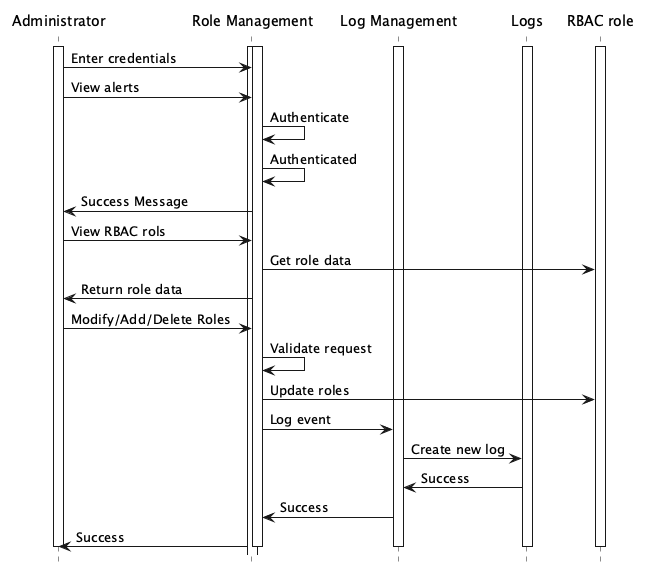
Before: seq-diag/BE5.png, a diagram exported from PlantUML (kailashsrirang/3a04-deliverable3).
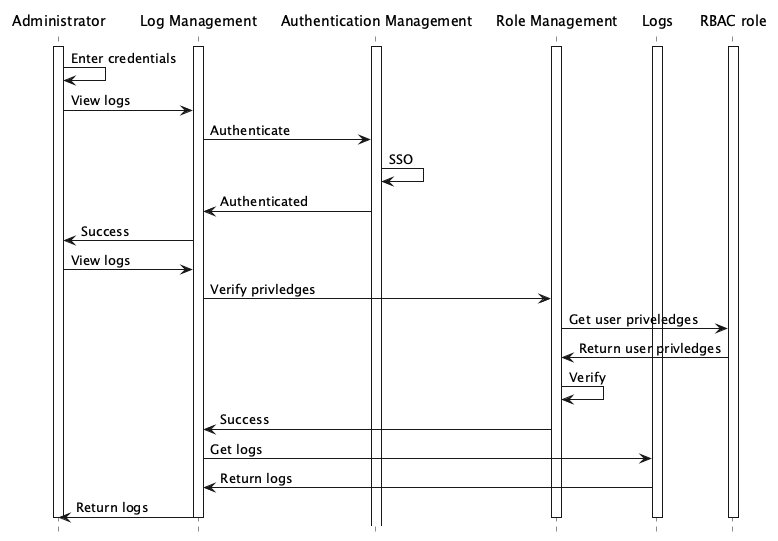
The same diagram one commit later.

Change to the diagram source:
```diff
@@ -8,42 +8,38 @@
 skinparam ActorBackgroundColor transparent
 
 participant "Administrator" as A
-participant "Role Management" as AM
+participant "Log Management" as LM
 participant "Authentication Management" as AM
-participant "Log Management" as LM
+participant "Role Management" as RM
 participant "Logs" as DB
 participant "RBAC role" as RBAC
 
 
 activate A
-activate AM
+activate RM
 activate AM
 activate RBAC
 activate DB
 activate LM
 
-A -> AM : Enter credentials
-A -> AM : View alerts
-AM -> AM : Authenticate
-AM -> AM : Authenticated
-AM -> A : Success Message
-A -> AM : View RBAC rols
-AM -> RBAC : Get role data
-AM -> A : Return role data
-
-A->AM : Modify/Add/Delete Roles
-AM->AM : Validate request
-AM -> RBAC : Update roles
-AM -> LM : Log event
-LM -> DB : Create new log
-DB -> LM : Success
-LM -> AM : Success
-AM -> A : Success
-
-
+A -> A : Enter credentials
+A -> LM : View logs
+LM -> AM : Authenticate
+AM -> AM : SSO
+AM -> LM : Authenticated
+LM -> A : Success
+A -> LM : View logs
+LM -> RM : Verify privledges
+RM -> RBAC : Get user priveledges
+RBAC -> RM : Return user privledges
+RM -> RM : Verify
+RM -> LM : Success
+LM -> DB : Get logs
+DB -> LM : Return logs
+LM -> A : Return logs
 
 deactivate A
-deactivate AM
+deactivate RM
 deactivate RBAC
 deactivate DB
 deactivate LM
```
